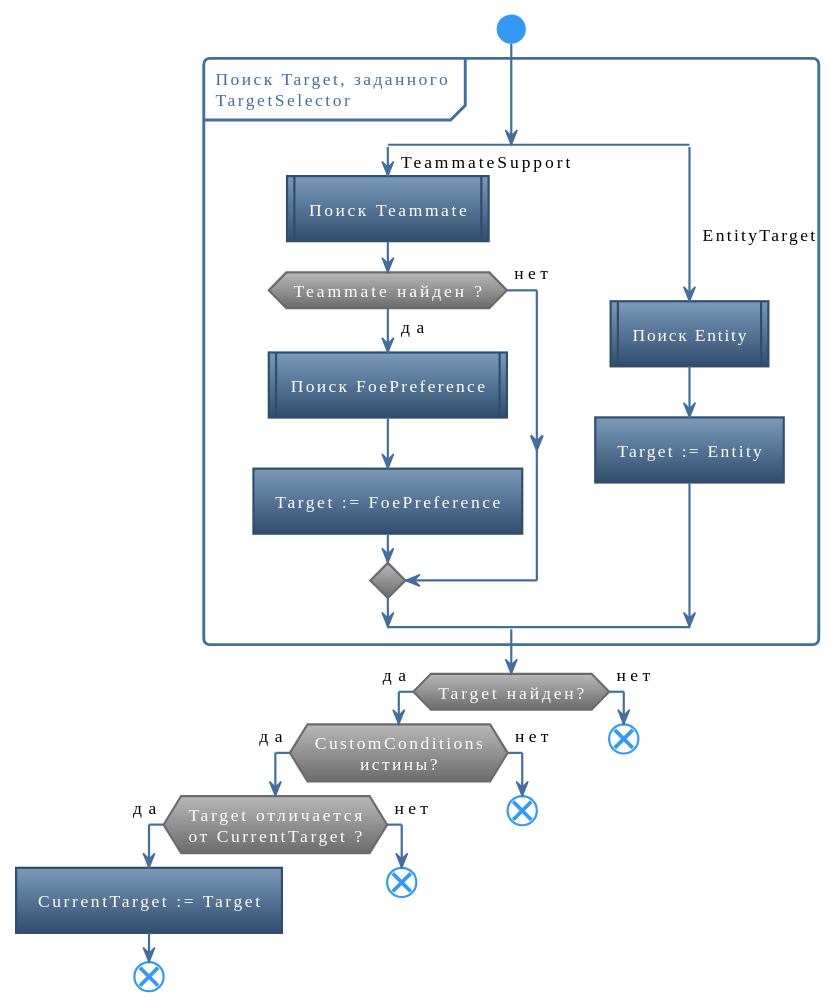
Earlier version of the PlantUML export Ucc/Actions/diagrams/ChangeTarget_complete-RU.svg (qpAHTA3EP/EntityToolsDocs). Source of this version:
```plantuml
@startuml
!theme spacelab
skinparam DefaultTextAlignment center

start
partition "Поиск Target, заданного\nTargetSelector" {
split
    -> <color:black>TeammateSupport;
    :Поиск Teammate|
    if(Teammate найден ?) then (<color:black>да)
        :Поиск FoePreference|
        :Target := FoePreference]
    else  (<color:black>нет)
    endif
split again
    -> <color:black>EntityTarget;
    :Поиск Entity|
    :Target := Entity]
end split
}
if (Target найден?) then (<color:black>да)
    if (CustomConditions\nистины?) then (<color:black>да)
        if(Target отличается\nот CurrentTarget ?) then (<color:black>да)
            :CurrentTarget := Target]
            end
        else  (<color:black>нет)
            end
        endif
    else (<color:black>нет)
        end
    endif
else (<color:black>нет)
    end
endif

@enduml
```
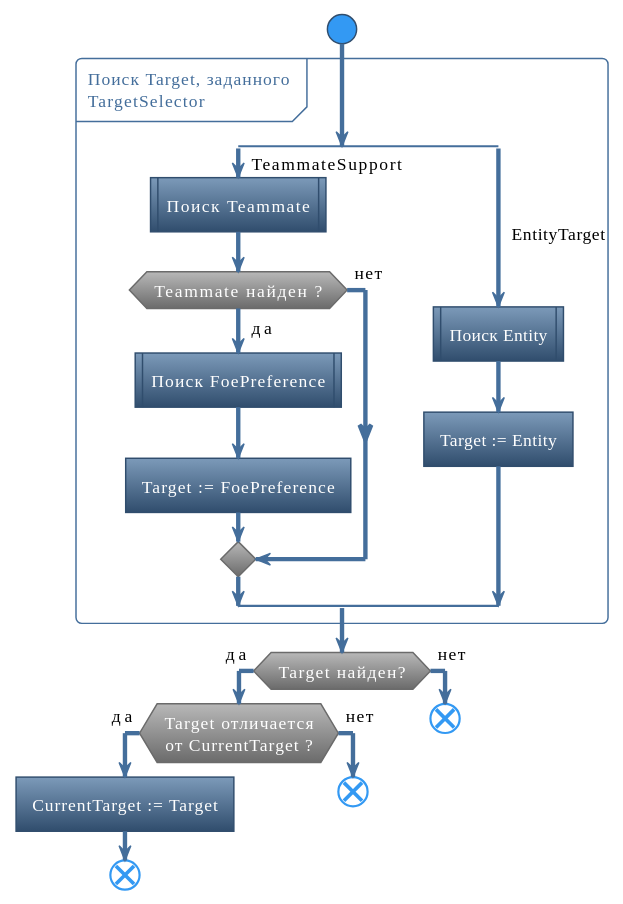
The same diagram one commit later.

Diff of the diagram source:
```diff
@@ -19,16 +19,12 @@
 end split
 }
 if (Target найден?) then (<color:black>да)
-    if (CustomConditions\nистины?) then (<color:black>да)
         if(Target отличается\nот CurrentTarget ?) then (<color:black>да)
             :CurrentTarget := Target]
             end
         else  (<color:black>нет)
             end
         endif
-    else (<color:black>нет)
-        end
-    endif
 else (<color:black>нет)
     end
 endif
```
